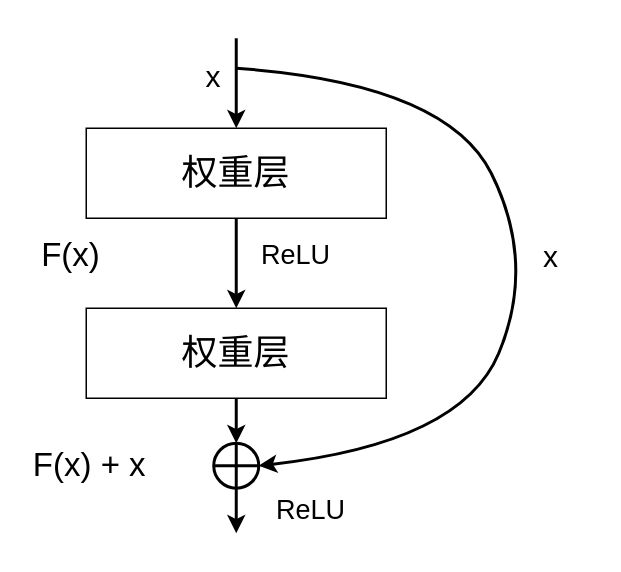
The draw.io diagram ResNet.drawio in Zhou-AY/hello-world, before the edit. Source tidied: cells renumbered, new cells numbered last; positions are measured from the earlier drawing's top-left corner, leaving out a move shared by most shapes. Both pictures are drawn from the tidied source at 150%, with x=0, y=0 at pixel (26, 38).
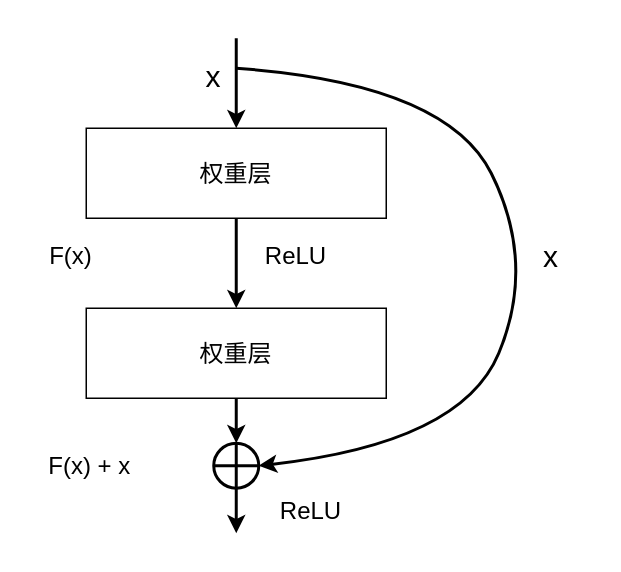
Above is the later version.

Change to the diagram source:
```diff
@@
-    <mxCell id="3" value="&lt;font style=&quot;font-size: 24px;&quot;&gt;权重层&lt;/font&gt;" style="rounded=0;whiteSpace=wrap;html=1;" parent="1" vertex="1">
+    <mxCell id="3" value="&lt;font style=&quot;font-size: 16px;&quot;&gt;权重层&lt;/font&gt;" style="rounded=0;whiteSpace=wrap;html=1;" parent="1" vertex="1">
       <mxGeometry x="40" y="60" width="200" height="60" as="geometry" />
     </mxCell>
@@
-    <mxCell id="5" value="&lt;font style=&quot;font-size: 24px;&quot;&gt;权重层&lt;/font&gt;" style="rounded=0;whiteSpace=wrap;html=1;" parent="1" vertex="1">
+    <mxCell id="5" value="&lt;font style=&quot;font-size: 16px;&quot;&gt;权重层&lt;/font&gt;" style="rounded=0;whiteSpace=wrap;html=1;" parent="1" vertex="1">
       <mxGeometry x="40" y="180" width="200" height="60" as="geometry" />
     </mxCell>
-    <mxCell id="6" value="&lt;font style=&quot;font-size: 18px;&quot;&gt;ReLU&lt;/font&gt;" style="text;html=1;strokeColor=none;fillColor=none;align=center;verticalAlign=middle;whiteSpace=wrap;rounded=0;" parent="1" vertex="1">
+    <mxCell id="6" value="&lt;font style=&quot;font-size: 16px;&quot;&gt;ReLU&lt;/font&gt;" style="text;html=1;strokeColor=none;fillColor=none;align=center;verticalAlign=middle;whiteSpace=wrap;rounded=0;" parent="1" vertex="1">
       <mxGeometry x="150" y="130" width="60" height="30" as="geometry" />
     </mxCell>
@@
-    <mxCell id="13" value="&lt;font style=&quot;font-size: 22px;&quot;&gt;F(x)&lt;/font&gt;" style="text;html=1;strokeColor=none;fillColor=none;align=center;verticalAlign=middle;whiteSpace=wrap;rounded=0;" parent="1" vertex="1">
+    <mxCell id="13" value="&lt;font style=&quot;font-size: 16px;&quot;&gt;F(x)&lt;/font&gt;" style="text;html=1;strokeColor=none;fillColor=none;align=center;verticalAlign=middle;whiteSpace=wrap;rounded=0;" parent="1" vertex="1">
       <mxGeometry y="130" width="60" height="30" as="geometry" />
     </mxCell>
-    <mxCell id="14" value="&lt;font style=&quot;font-size: 22px;&quot;&gt;F(x) + x&lt;/font&gt;" style="text;html=1;strokeColor=none;fillColor=none;align=center;verticalAlign=middle;whiteSpace=wrap;rounded=0;" parent="1" vertex="1">
+    <mxCell id="14" value="&lt;font style=&quot;font-size: 16px;&quot;&gt;F(x) + x&lt;/font&gt;" style="text;html=1;strokeColor=none;fillColor=none;align=center;verticalAlign=middle;whiteSpace=wrap;rounded=0;" parent="1" vertex="1">
       <mxGeometry y="270" width="85" height="30" as="geometry" />
     </mxCell>
-    <mxCell id="15" value="&lt;font style=&quot;font-size: 18px;&quot;&gt;ReLU&lt;/font&gt;" style="text;html=1;strokeColor=none;fillColor=none;align=center;verticalAlign=middle;whiteSpace=wrap;rounded=0;" parent="1" vertex="1">
+    <mxCell id="15" value="&lt;font style=&quot;font-size: 16px;&quot;&gt;ReLU&lt;/font&gt;" style="text;html=1;strokeColor=none;fillColor=none;align=center;verticalAlign=middle;whiteSpace=wrap;rounded=0;" parent="1" vertex="1">
       <mxGeometry x="160" y="300" width="60" height="30" as="geometry" />
     </mxCell>
```
